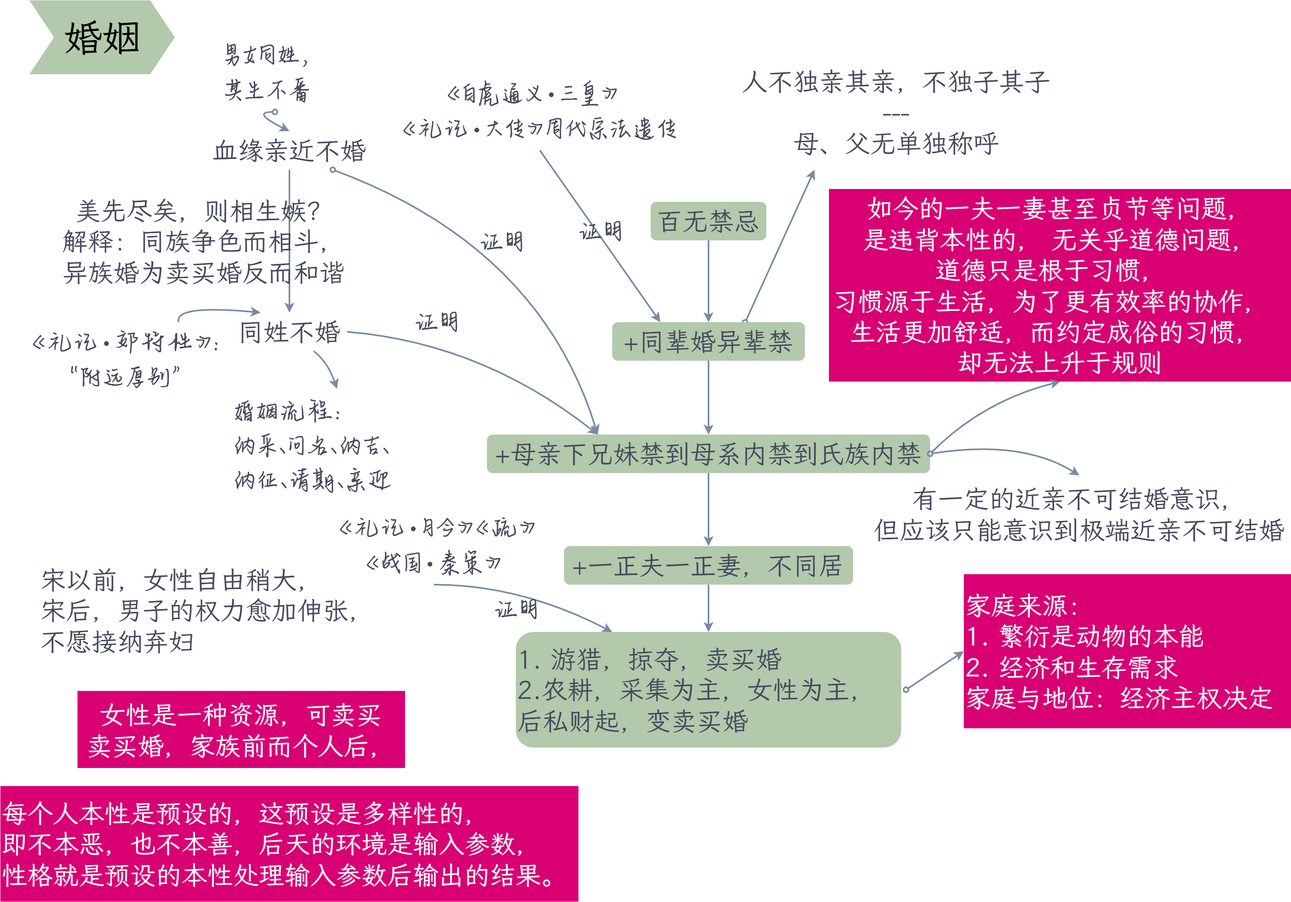
Above: assets/中国通史_婚姻.png in Zencoder-arch/obsidian-images (draw.io), before the change. Source tidied: cells renumbered, new cells last; positions are measured from the earlier drawing's top-left corner, leaving out a move shared by most shapes.
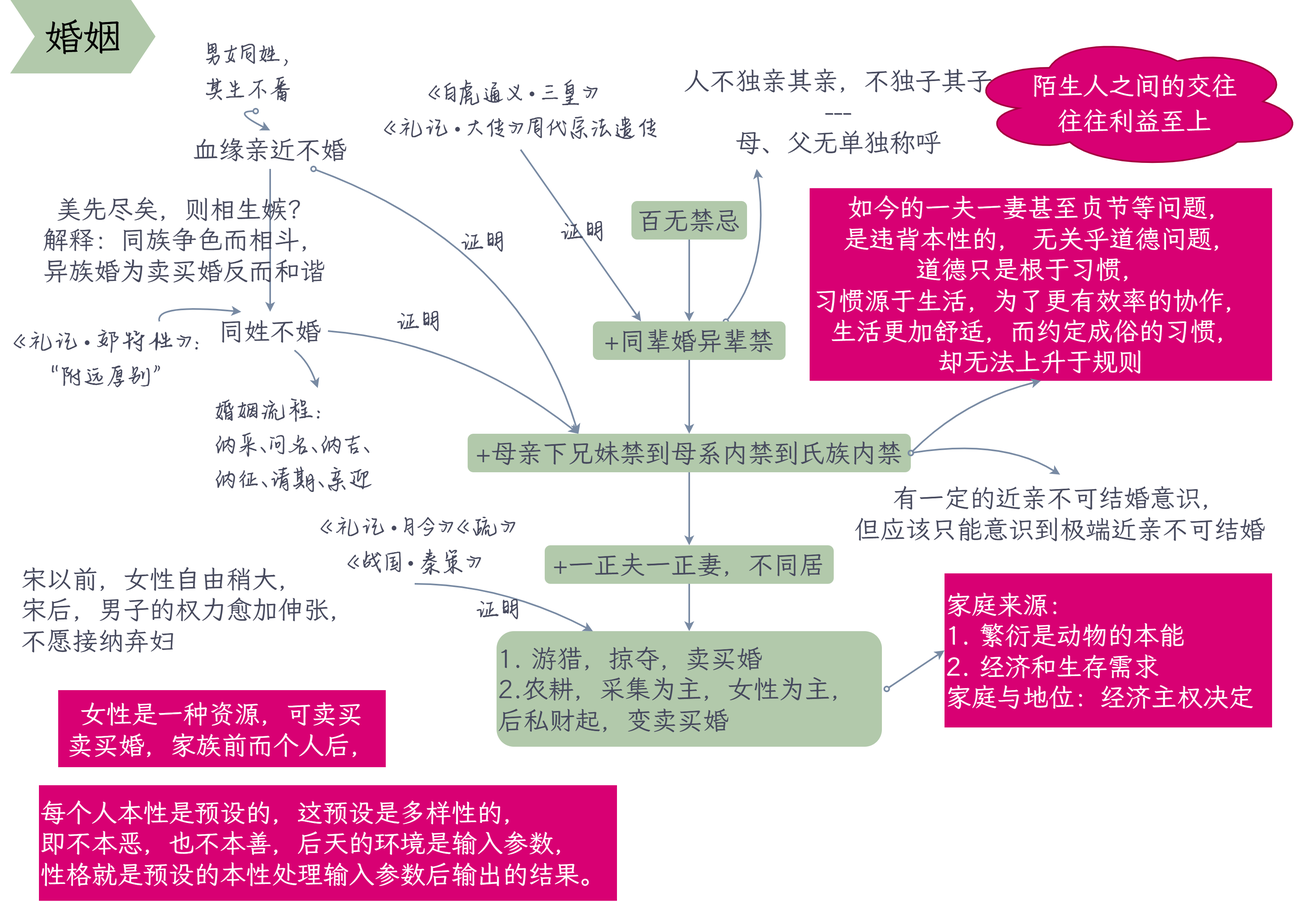
After the change.

Commit message:
更新中国通史_婚姻.png

Diff of the diagram source:
```diff
@@ -2,6 +2,9 @@
   <root>
     <mxCell id="0" />
     <mxCell id="1" parent="0" />
+    <mxCell id="43" value="&lt;font style=&quot;color: rgb(255, 255, 255); font-size: 32px;&quot; face=&quot;霞鹜文楷&quot;&gt;&lt;span style=&quot;font-style: normal; font-variant-ligatures: normal; font-variant-caps: normal; font-weight: 400; letter-spacing: normal; orphans: 2; text-align: center; text-indent: 0px; text-transform: none; widows: 2; word-spacing: 0px; -webkit-text-stroke-width: 0px; white-space: nowrap; text-decoration-thickness: initial; text-decoration-style: initial; text-decoration-color: initial; float: none; display: inline !important;&quot;&gt;陌生人之间的交往&lt;/span&gt;&lt;/font&gt;&lt;div&gt;&lt;font&gt;&lt;span style=&quot;font-style: normal; font-variant-ligatures: normal; font-variant-caps: normal; font-weight: 400; letter-spacing: normal; orphans: 2; text-align: center; text-indent: 0px; text-transform: none; widows: 2; word-spacing: 0px; -webkit-text-stroke-width: 0px; white-space: nowrap; text-decoration-thickness: initial; text-decoration-style: initial; text-decoration-color: initial; float: none; display: inline !important;&quot;&gt;&lt;font style=&quot;color: rgb(255, 255, 255); font-size: 32px;&quot; face=&quot;霞鹜文楷&quot;&gt;往往利益至上&lt;/font&gt;&lt;/span&gt;&lt;br&gt;&lt;/font&gt;&lt;/div&gt;" style="ellipse;shape=cloud;whiteSpace=wrap;html=1;rounded=1;strokeWidth=2;fontFamily=霞鹜文楷;fontSize=36;labelBackgroundColor=none;fillColor=#d80073;fontColor=#ffffff;strokeColor=#A50040;" parent="1" vertex="1">
+      <mxGeometry x="1224" y="42" width="426" height="168" as="geometry" />
+    </mxCell>
     <mxCell id="2" style="rounded=0;jettySize=auto;html=1;fontFamily=霞鹜文楷;fontSize=32;fontColor=default;fontStyle=0;labelBorderColor=none;labelBackgroundColor=none;strokeColor=#788AA3;strokeWidth=2;curved=1;" parent="1" edge="1" source="3" target="6">
       <mxGeometry relative="1" as="geometry" />
     </mxCell>
@@ -12,7 +15,11 @@
       <mxGeometry relative="1" as="geometry" />
     </mxCell>
     <mxCell id="5" style="rounded=0;jettySize=auto;html=1;fontFamily=霞鹜文楷;fontSize=32;fontColor=default;fontStyle=0;labelBorderColor=none;labelBackgroundColor=none;endArrow=classic;endFill=1;strokeColor=#788AA3;startArrow=oval;startFill=0;exitX=0.69;exitY=0.994;exitDx=0;exitDy=0;exitPerimeter=0;entryX=0.25;entryY=1;entryDx=0;entryDy=0;strokeWidth=2;curved=1;" parent="1" edge="1" source="6" target="17">
-      <mxGeometry relative="1" as="geometry" />
+      <mxGeometry relative="1" as="geometry">
+        <Array as="points">
+          <mxPoint x="984" y="330" />
+        </Array>
+      </mxGeometry>
     </mxCell>
     <mxCell id="6" value="+同辈婚异辈禁" style="whiteSpace=wrap;html=1;fontSize=32;fontFamily=霞鹜文楷;fillColor=#B2C9AB;strokeColor=none;rounded=1;fillStyle=solid;glass=0;shadow=0;fontStyle=0;labelBackgroundColor=none;labelBorderColor=none;flipV=1;fontColor=#46495D;" parent="1" vertex="1">
       <mxGeometry x="762" y="400" width="240" height="48" as="geometry" />
@@ -56,7 +63,7 @@
       <mxGeometry x="468" y="90" width="408" height="96" as="geometry" />
     </mxCell>
     <mxCell id="17" value="&lt;font style=&quot;color: rgb(70, 73, 93);&quot;&gt;人不独亲其亲，不独子其子&lt;br&gt;---&lt;br&gt;母、父&lt;span style=&quot;background-color: transparent;&quot;&gt;无单独称呼&lt;/span&gt;&lt;/font&gt;" style="text;html=1;whiteSpace=wrap;align=center;verticalAlign=middle;rounded=0;fontFamily=霞鹜文楷;fontSize=32;fontStyle=0;labelBorderColor=none;labelBackgroundColor=none;strokeColor=none;fontColor=#46495D;" parent="1" vertex="1">
-      <mxGeometry x="912" y="66" width="408" height="144" as="geometry" />
+      <mxGeometry x="864" y="66" width="408" height="144" as="geometry" />
     </mxCell>
     <mxCell id="18" value="如今的一夫一妻甚至贞节等问题，&lt;br&gt;是违背本性的，&amp;nbsp;无关乎道德问题，&lt;br&gt;道德只是根于习惯，&amp;nbsp;&amp;nbsp;&lt;br&gt;习惯源于生活，为了更有效率的协作，&amp;nbsp;&amp;nbsp;&lt;br&gt;生活更加舒适，而约定成俗的习惯，&amp;nbsp; &lt;br&gt;却无法上升于规则" style="text;html=1;whiteSpace=wrap;strokeColor=none;fillColor=light-dark(#d80073, #ededed);align=center;verticalAlign=middle;rounded=0;fontFamily=霞鹜文楷;fontSize=32;fontColor=#ffffff;fontStyle=0;labelBorderColor=none;labelBackgroundColor=none;" parent="1" vertex="1">
       <mxGeometry x="1032" y="234" width="576" height="240" as="geometry" />
@@ -165,7 +172,7 @@
       <mxGeometry x="1200" y="714" width="408" height="192" as="geometry" />
     </mxCell>
     <mxCell id="41" value="每个人本性是预设的，这预设是多样性的，&lt;br&gt;即不本恶，也不本善，后天的环境是输入参数，&lt;br&gt;性格就是预设的本性处理输入参数后输出的结果。" style="whiteSpace=wrap;html=1;rounded=0;strokeColor=none;align=left;verticalAlign=middle;fontFamily=霞鹜文楷;fontSize=32;fontColor=#ffffff;fontStyle=0;labelBorderColor=none;labelBackgroundColor=none;fillColor=#d80073;gradientColor=none;" parent="1" vertex="1">
-      <mxGeometry y="978" width="720" height="144" as="geometry" />
+      <mxGeometry x="72" y="978" width="720" height="144" as="geometry" />
     </mxCell>
     <mxCell id="42" value="&lt;font style=&quot;font-size: 48px;&quot;&gt;婚姻&lt;/font&gt;" style="html=1;shadow=0;dashed=0;align=center;verticalAlign=middle;shape=mxgraph.arrows2.arrow;dy=0;dx=30;notch=30;rounded=1;strokeColor=#B2C9AB;strokeWidth=2;fontFamily=霞鹜文楷;fontSize=36;fillColor=#B2C9AB;" parent="1" vertex="1">
       <mxGeometry x="38" width="178" height="90" as="geometry" />
```
